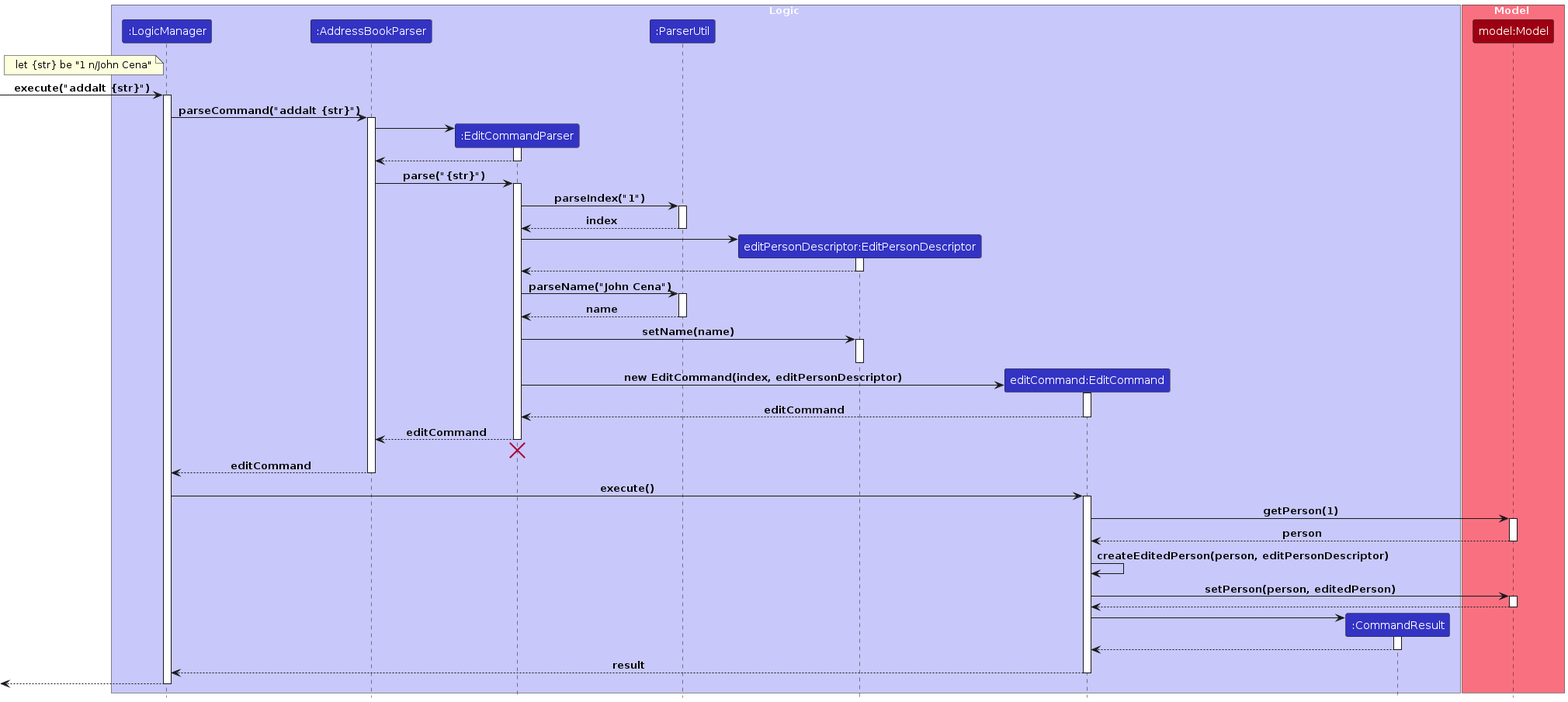
Before: diagrams/EditSequenceDiagram.png, a diagram exported from PlantUML (kokrui/tp). Its source is kept beside it as diagrams/EditSequenceDiagram.puml. Its diagram source:
```plantuml
@startuml
!include ./style.puml

box Logic LOGIC_COLOR_T1
participant ":LogicManager" as LogicManager LOGIC_COLOR
participant ":AddressBookParser" as AddressBookParser LOGIC_COLOR
participant ":EditCommandParser" as EditCommandParser LOGIC_COLOR
participant ":ParserUtil" as ParserUtil LOGIC_COLOR
participant "editPersonDescriptor:EditPersonDescriptor" as EditPersonDescriptor LOGIC_COLOR
participant "editCommand:EditCommand" as EditCommand LOGIC_COLOR
participant ":CommandResult" as CommandResult LOGIC_COLOR
end box

box Model MODEL_COLOR_T1
participant "model:Model" as Model MODEL_COLOR
end box

note left of LogicManager
let {str} be "1 n/John Cena"
end note

[-> LogicManager : execute("addalt {str}")
activate LogicManager

LogicManager -> AddressBookParser : parseCommand("addalt {str}")
activate AddressBookParser

create EditCommandParser
AddressBookParser -> EditCommandParser
activate EditCommandParser

EditCommandParser --> AddressBookParser
deactivate EditCommandParser

AddressBookParser -> EditCommandParser : parse("{str}")
activate EditCommandParser

EditCommandParser -> ParserUtil : parseIndex("1")
activate ParserUtil
ParserUtil --> EditCommandParser : index
deactivate ParserUtil

create EditPersonDescriptor
EditCommandParser -> EditPersonDescriptor
activate EditPersonDescriptor
EditPersonDescriptor --> EditCommandParser
deactivate EditPersonDescriptor

EditCommandParser -> ParserUtil : parseName("John Cena")
activate ParserUtil
ParserUtil --> EditCommandParser : name
deactivate ParserUtil

EditCommandParser -> EditPersonDescriptor : setName(name)
activate EditPersonDescriptor
deactivate EditPersonDescriptor

create EditCommand
EditCommandParser -> EditCommand : new EditCommand(index, editPersonDescriptor)
activate EditCommand
EditCommand --> EditCommandParser : editCommand
deactivate EditCommand

EditCommandParser --> AddressBookParser : editCommand
deactivate EditCommandParser
EditCommandParser -[hidden]->
destroy EditCommandParser

AddressBookParser --> LogicManager : editCommand
deactivate AddressBookParser

LogicManager -> EditCommand : execute()
activate EditCommand

EditCommand -> Model : getPerson(1)
activate Model
Model --> EditCommand : person
deactivate Model

EditCommand -> EditCommand : createEditedPerson(person, editPersonDescriptor)

EditCommand -> Model : setPerson(person, editedPerson)
activate Model
Model --> EditCommand
deactivate Model

create CommandResult
EditCommand -> CommandResult
activate CommandResult

CommandResult --> EditCommand
deactivate CommandResult

EditCommand --> LogicManager : result
deactivate EditCommand

[<--LogicManager
deactivate LogicManager

@enduml
```
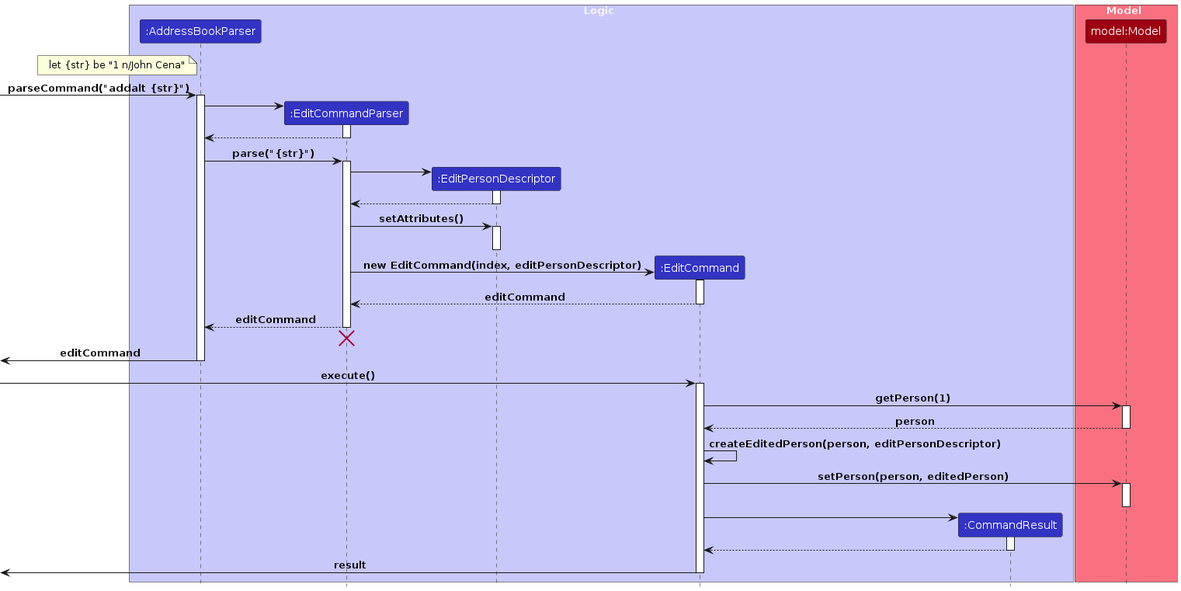
After the change.

Change to the diagram source:
```diff
@@ -2,12 +2,10 @@
 !include ./style.puml
 
 box Logic LOGIC_COLOR_T1
-participant ":LogicManager" as LogicManager LOGIC_COLOR
 participant ":AddressBookParser" as AddressBookParser LOGIC_COLOR
 participant ":EditCommandParser" as EditCommandParser LOGIC_COLOR
-participant ":ParserUtil" as ParserUtil LOGIC_COLOR
-participant "editPersonDescriptor:EditPersonDescriptor" as EditPersonDescriptor LOGIC_COLOR
-participant "editCommand:EditCommand" as EditCommand LOGIC_COLOR
+participant ":EditPersonDescriptor" as EditPersonDescriptor LOGIC_COLOR
+participant ":EditCommand" as EditCommand LOGIC_COLOR
 participant ":CommandResult" as CommandResult LOGIC_COLOR
 end box
 
@@ -15,14 +13,11 @@
 participant "model:Model" as Model MODEL_COLOR
 end box
 
-note left of LogicManager
+note left of AddressBookParser
 let {str} be "1 n/John Cena"
 end note
 
-[-> LogicManager : execute("addalt {str}")
-activate LogicManager
-
-LogicManager -> AddressBookParser : parseCommand("addalt {str}")
+[-> AddressBookParser : parseCommand("addalt {str}")
 activate AddressBookParser
 
 create EditCommandParser
@@ -35,23 +30,13 @@
 AddressBookParser -> EditCommandParser : parse("{str}")
 activate EditCommandParser
 
-EditCommandParser -> ParserUtil : parseIndex("1")
-activate ParserUtil
-ParserUtil --> EditCommandParser : index
-deactivate ParserUtil
-
 create EditPersonDescriptor
 EditCommandParser -> EditPersonDescriptor
 activate EditPersonDescriptor
 EditPersonDescriptor --> EditCommandParser
 deactivate EditPersonDescriptor
 
-EditCommandParser -> ParserUtil : parseName("John Cena")
-activate ParserUtil
-ParserUtil --> EditCommandParser : name
-deactivate ParserUtil
-
-EditCommandParser -> EditPersonDescriptor : setName(name)
+EditCommandParser -> EditPersonDescriptor : setAttributes()
 activate EditPersonDescriptor
 deactivate EditPersonDescriptor
 
@@ -66,10 +51,10 @@
 EditCommandParser -[hidden]->
 destroy EditCommandParser
 
-AddressBookParser --> LogicManager : editCommand
+[<- AddressBookParser : editCommand
 deactivate AddressBookParser
 
-LogicManager -> EditCommand : execute()
+[-> EditCommand : execute()
 activate EditCommand
 
 EditCommand -> Model : getPerson(1)
@@ -81,7 +66,6 @@
 
 EditCommand -> Model : setPerson(person, editedPerson)
 activate Model
-Model --> EditCommand
 deactivate Model
 
 create CommandResult
@@ -91,10 +75,8 @@
 CommandResult --> EditCommand
 deactivate CommandResult
 
-EditCommand --> LogicManager : result
+[<- EditCommand : result
 deactivate EditCommand
 
-[<--LogicManager
-deactivate LogicManager
 
 @enduml
```
